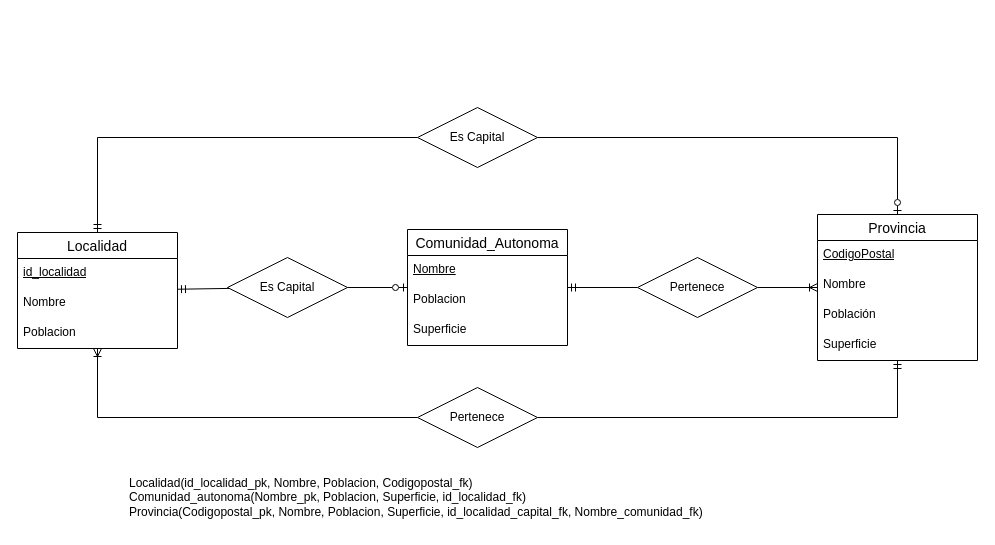
This is Ej3.drawio from AlejandroCara/acr-tsys-modeloER-drawio-1110, a draw.io file, before an edit. Source tidied: cells renumbered, new cells numbered last; positions are measured from the earlier drawing's top-left corner, leaving out a move shared by most shapes. Both pictures are drawn from the tidied source at 100%, with x=0, y=0 at pixel (17, 107).
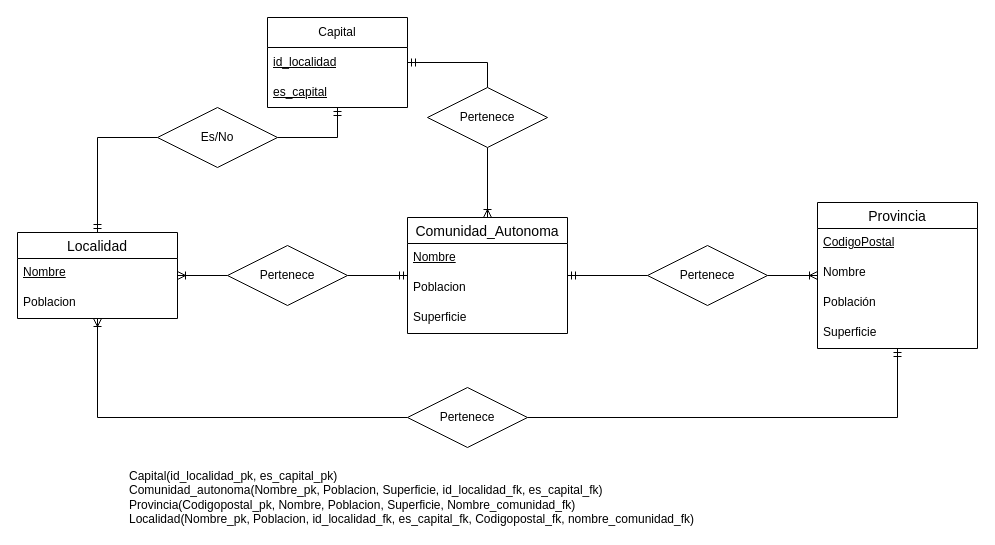
The same diagram, later.

Commit message:
Actualizado después del error en bbdd Ej3.drawio

What changed in the source:
```diff
@@
     <mxCell id="2" value="Localidad" style="swimlane;fontStyle=0;horizontal=1;startSize=26;align=center;fontSize=14;" parent="1" vertex="1">
-      <mxGeometry y="125" width="160" height="116" as="geometry" />
+      <mxGeometry y="125" width="160" height="86" as="geometry" />
     </mxCell>
-    <mxCell id="3" value="&lt;u&gt;id_localidad&lt;/u&gt;" style="text;strokeColor=none;fillColor=none;spacingLeft=4;spacingRight=4;overflow=hidden;fontSize=12;whiteSpace=wrap;html=1;" parent="2" vertex="1">
-      <mxGeometry y="26" width="160" height="30" as="geometry" />
-    </mxCell>
-    <mxCell id="4" value="Nombre" style="text;strokeColor=none;fillColor=none;spacingLeft=4;spacingRight=4;overflow=hidden;fontSize=12;whiteSpace=wrap;html=1;" parent="2" vertex="1">
-      <mxGeometry y="56" width="160" height="30" as="geometry" />
+    <mxCell id="4" value="&lt;u&gt;Nombre&lt;/u&gt;" style="text;strokeColor=none;fillColor=none;spacingLeft=4;spacingRight=4;overflow=hidden;fontSize=12;whiteSpace=wrap;html=1;" parent="2" vertex="1">
+      <mxGeometry y="26" width="160" height="30" as="geometry" />
     </mxCell>
     <mxCell id="5" value="Poblacion" style="text;strokeColor=none;fillColor=none;spacingLeft=4;spacingRight=4;overflow=hidden;fontSize=12;whiteSpace=wrap;html=1;" parent="2" vertex="1">
-      <mxGeometry y="86" width="160" height="30" as="geometry" />
+      <mxGeometry y="56" width="160" height="30" as="geometry" />
     </mxCell>
     <mxCell id="6" value="Provincia" style="swimlane;fontStyle=0;horizontal=1;startSize=26;align=center;fontSize=14;" parent="1" vertex="1">
-      <mxGeometry x="800" y="107" width="160" height="146" as="geometry" />
+      <mxGeometry x="800" y="95" width="160" height="146" as="geometry" />
     </mxCell>
@@
     <mxCell id="11" value="Comunidad_Autonoma" style="swimlane;fontStyle=0;horizontal=1;startSize=26;align=center;fontSize=14;" parent="1" vertex="1">
-      <mxGeometry x="390" y="122" width="160" height="116" as="geometry" />
+      <mxGeometry x="390" y="110" width="160" height="116" as="geometry" />
     </mxCell>
@@
     <mxCell id="15" value="Pertenece" style="shape=rhombus;perimeter=rhombusPerimeter;whiteSpace=wrap;html=1;align=center;" parent="1" vertex="1">
-      <mxGeometry x="400" y="280" width="120" height="60" as="geometry" />
+      <mxGeometry x="390" y="280" width="120" height="60" as="geometry" />
     </mxCell>
@@
     <mxCell id="20" value="Pertenece" style="shape=rhombus;perimeter=rhombusPerimeter;whiteSpace=wrap;html=1;align=center;" parent="1" vertex="1">
-      <mxGeometry x="620" y="150" width="120" height="60" as="geometry" />
+      <mxGeometry x="630" y="138" width="120" height="60" as="geometry" />
     </mxCell>
@@
+    <mxCell id="32" style="edgeStyle=orthogonalEdgeStyle;rounded=0;jettySize=auto;html=1;exitX=1;exitY=0.5;exitDx=0;exitDy=0;endArrow=ERmandOne;endFill=0;" parent="1" edge="1" source="23" target="33">
+      <mxGeometry relative="1" as="geometry" />
+    </mxCell>
-    <mxCell id="23" value="Es Capital" style="shape=rhombus;perimeter=rhombusPerimeter;whiteSpace=wrap;html=1;align=center;" parent="1" vertex="1">
-      <mxGeometry x="210" y="150" width="120" height="60" as="geometry" />
+    <mxCell id="23" value="Es/No" style="shape=rhombus;perimeter=rhombusPerimeter;whiteSpace=wrap;html=1;align=center;" parent="1" vertex="1">
+      <mxGeometry x="140" width="120" height="60" as="geometry" />
     </mxCell>
-    <mxCell id="24" style="endArrow=ERzeroToOne;html=1;rounded=0;exitX=1;exitY=0.5;exitDx=0;exitDy=0;endFill=0;" parent="1" edge="1" source="23" target="11">
-      <mxGeometry relative="1" as="geometry" />
-    </mxCell>
-    <mxCell id="25" style="endArrow=none;html=1;rounded=0;startArrow=ERmandOne;startFill=0;" parent="1" edge="1" source="2" target="23">
-      <mxGeometry relative="1" as="geometry" />
-    </mxCell>
-    <mxCell id="26" value="Es Capital" style="shape=rhombus;perimeter=rhombusPerimeter;whiteSpace=wrap;html=1;align=center;" parent="1" vertex="1">
-      <mxGeometry x="400" width="120" height="60" as="geometry" />
-    </mxCell>
@@
-    <mxCell id="28" style="endArrow=none;html=1;rounded=0;entryX=0;entryY=0.5;entryDx=0;entryDy=0;" parent="1" edge="1" target="26">
+    <mxCell id="28" style="endArrow=none;html=1;rounded=0;" parent="1" edge="1" target="23">
       <mxGeometry relative="1" as="geometry">
         <mxPoint x="80" y="30" as="sourcePoint" />
       </mxGeometry>
     </mxCell>
-    <mxCell id="29" style="endArrow=none;html=1;rounded=0;exitX=1;exitY=0.5;exitDx=0;exitDy=0;" parent="1" edge="1" source="26">
-      <mxGeometry relative="1" as="geometry">
-        <mxPoint x="880" y="30" as="targetPoint" />
-      </mxGeometry>
-    </mxCell>
-    <mxCell id="30" style="endArrow=ERzeroToOne;html=1;rounded=0;entryX=0.5;entryY=0;entryDx=0;entryDy=0;endFill=0;" parent="1" edge="1" target="6">
-      <mxGeometry relative="1" as="geometry">
-        <mxPoint x="880" y="30" as="sourcePoint" />
-      </mxGeometry>
-    </mxCell>
-    <mxCell id="31" value="Localidad(id_localidad_pk, Nombre, Poblacion, Codigopostal_fk)&lt;br&gt;Comunidad_autonoma(Nombre_pk, Poblacion, Superficie, id_localidad_fk)&lt;br&gt;Provincia(Codigopostal_pk, Nombre, Poblacion, Superficie, id_localidad_capital_fk, Nombre_comunidad_fk)" style="text;html=1;strokeColor=none;fillColor=none;align=left;verticalAlign=middle;whiteSpace=wrap;rounded=0;" parent="1" vertex="1">
+    <mxCell id="31" value="&lt;div&gt;Capital(id_localidad_pk, es_capital_pk)&lt;br&gt;&lt;/div&gt;Comunidad_autonoma(Nombre_pk, Poblacion, Superficie, id_localidad_fk, es_capital_fk)&lt;br&gt;&lt;div&gt;Provincia(Codigopostal_pk, Nombre, Poblacion, Superficie, Nombre_comunidad_fk)&lt;div&gt;Localidad(Nombre_pk, Poblacion,&amp;nbsp;id_localidad_fk, es_capital_fk, Codigopostal_fk, nombre_comunidad_fk)&lt;/div&gt;&lt;/div&gt;" style="text;html=1;strokeColor=none;fillColor=none;align=left;verticalAlign=middle;whiteSpace=wrap;rounded=0;" parent="1" vertex="1">
       <mxGeometry x="110" y="360" width="790" height="60" as="geometry" />
     </mxCell>
+    <mxCell id="33" value="Capital" style="swimlane;fontStyle=0;horizontal=1;startSize=30;whiteSpace=wrap;html=1;" parent="1" vertex="1">
+      <mxGeometry x="250" y="-90" width="140" height="90" as="geometry" />
+    </mxCell>
+    <mxCell id="3" value="&lt;u&gt;id_localidad&lt;/u&gt;" style="text;strokeColor=none;fillColor=none;align=left;verticalAlign=middle;spacingLeft=4;spacingRight=4;overflow=hidden;whiteSpace=wrap;html=1;" parent="33" vertex="1">
+      <mxGeometry y="30" width="140" height="30" as="geometry" />
+    </mxCell>
+    <mxCell id="34" value="&lt;u&gt;es_capital&lt;/u&gt;" style="text;strokeColor=none;fillColor=none;align=left;verticalAlign=middle;spacingLeft=4;spacingRight=4;overflow=hidden;whiteSpace=wrap;html=1;" parent="33" vertex="1">
+      <mxGeometry y="60" width="140" height="30" as="geometry" />
+    </mxCell>
+    <mxCell id="35" style="edgeStyle=orthogonalEdgeStyle;rounded=0;jettySize=auto;html=1;exitX=1;exitY=0.5;exitDx=0;exitDy=0;endArrow=ERmandOne;endFill=0;" parent="1" edge="1" source="36" target="11">
+      <mxGeometry relative="1" as="geometry" />
+    </mxCell>
+    <mxCell id="36" value="Pertenece" style="shape=rhombus;perimeter=rhombusPerimeter;whiteSpace=wrap;html=1;align=center;" parent="1" vertex="1">
+      <mxGeometry x="210" y="138" width="120" height="60" as="geometry" />
+    </mxCell>
+    <mxCell id="37" style="edgeStyle=orthogonalEdgeStyle;rounded=0;jettySize=auto;html=1;exitX=0;exitY=0.5;exitDx=0;exitDy=0;endArrow=ERoneToMany;endFill=0;" parent="1" edge="1" source="36" target="2">
+      <mxGeometry relative="1" as="geometry" />
+    </mxCell>
+    <mxCell id="38" style="edgeStyle=orthogonalEdgeStyle;rounded=0;jettySize=auto;html=1;exitX=0.5;exitY=0;exitDx=0;exitDy=0;endArrow=ERmandOne;endFill=0;" parent="1" edge="1" source="40" target="33">
+      <mxGeometry relative="1" as="geometry" />
+    </mxCell>
+    <mxCell id="39" style="edgeStyle=orthogonalEdgeStyle;rounded=0;jettySize=auto;html=1;exitX=0.5;exitY=1;exitDx=0;exitDy=0;endArrow=ERoneToMany;endFill=0;" parent="1" edge="1" source="40" target="11">
+      <mxGeometry relative="1" as="geometry" />
+    </mxCell>
+    <mxCell id="40" value="Pertenece" style="shape=rhombus;perimeter=rhombusPerimeter;whiteSpace=wrap;html=1;align=center;" parent="1" vertex="1">
+      <mxGeometry x="410" y="-20" width="120" height="60" as="geometry" />
+    </mxCell>
```
